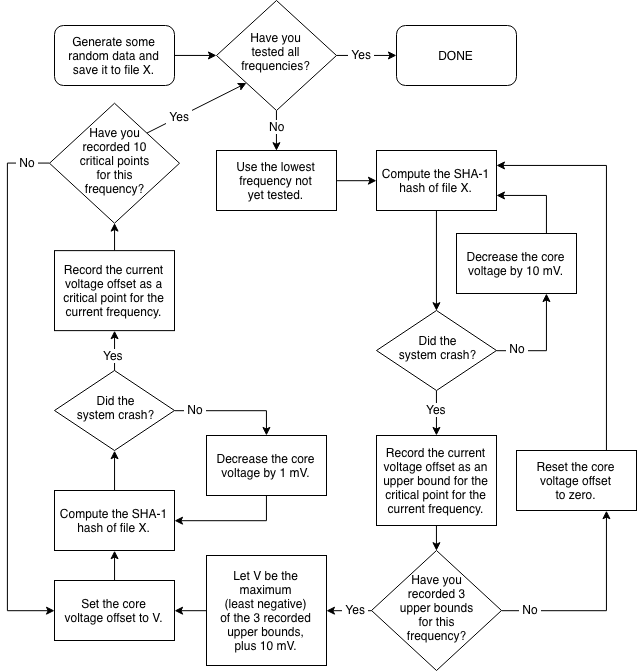
This is report/methodology/data-collection-flowchart.png from jivanpal/msci-thesis, a draw.io export, as it was before one commit. Source tidied: cells renumbered, new cells last; positions are measured from the earlier drawing's top-left corner, leaving out a move shared by most shapes.
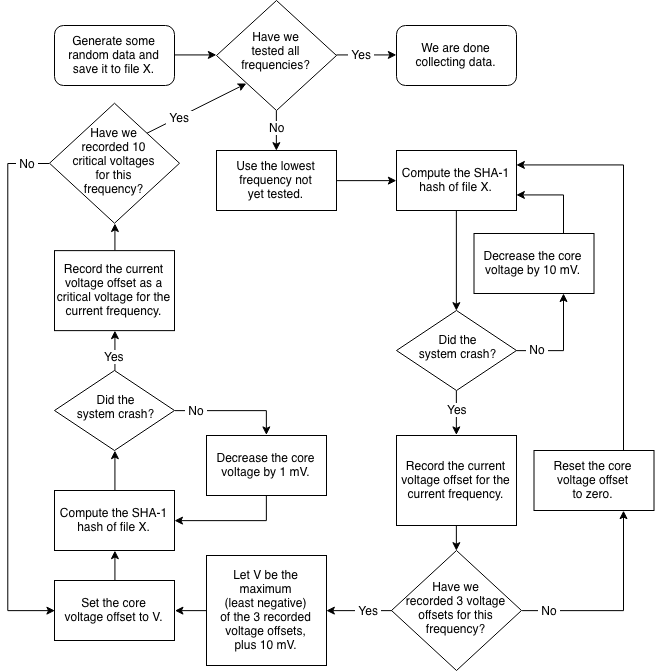
After the change.

What changed in the source:
```diff
@@ -12,7 +12,7 @@
       <mxGeometry relative="1" as="geometry" />
     </mxCell>
     <mxCell id="5" value="Decrease the core voltage by 10 mV.&lt;br&gt;" style="rounded=0;whiteSpace=wrap;html=1;shadow=0;" parent="1" vertex="1">
-      <mxGeometry x="449" y="233" width="120" height="60" as="geometry" />
+      <mxGeometry x="466.5" y="233" width="120" height="60" as="geometry" />
     </mxCell>
     <mxCell id="6" style="edgeStyle=orthogonalEdgeStyle;rounded=0;jettySize=auto;html=1;exitX=0.5;exitY=1;exitDx=0;exitDy=0;entryX=0.5;entryY=0;entryDx=0;entryDy=0;" parent="1" edge="1" source="29" target="13">
       <mxGeometry relative="1" as="geometry" />
@@ -40,13 +40,13 @@
       </mxGeometry>
     </mxCell>
     <mxCell id="13" value="Did the&lt;br&gt;system crash?" style="rhombus;whiteSpace=wrap;html=1;shadow=0;spacingLeft=2;spacingTop=0;spacingBottom=6;" parent="1" vertex="1">
-      <mxGeometry x="369" y="310" width="120" height="80" as="geometry" />
+      <mxGeometry x="389" y="310" width="120" height="80" as="geometry" />
     </mxCell>
     <mxCell id="14" style="edgeStyle=orthogonalEdgeStyle;rounded=0;jettySize=auto;html=1;exitX=0.5;exitY=1;exitDx=0;exitDy=0;entryX=0.5;entryY=0;entryDx=0;entryDy=0;" parent="1" edge="1" source="15" target="20">
       <mxGeometry relative="1" as="geometry" />
     </mxCell>
-    <mxCell id="15" value="Record the current voltage offset as an upper bound for the critical point for the current frequency." style="rounded=0;whiteSpace=wrap;html=1;shadow=0;" parent="1" vertex="1">
-      <mxGeometry x="369" y="435" width="120" height="90" as="geometry" />
+    <mxCell id="15" value="Record the current voltage offset for the current frequency." style="rounded=0;whiteSpace=wrap;html=1;shadow=0;" parent="1" vertex="1">
+      <mxGeometry x="389" y="435" width="120" height="90" as="geometry" />
     </mxCell>
     <mxCell id="16" style="edgeStyle=orthogonalEdgeStyle;rounded=0;jettySize=auto;html=1;exitX=1;exitY=0.5;exitDx=0;exitDy=0;entryX=0.75;entryY=1;entryDx=0;entryDy=0;" parent="1" edge="1" source="20" target="23">
       <mxGeometry relative="1" as="geometry" />
@@ -64,17 +64,17 @@
         <mxPoint y="-2" as="offset" />
       </mxGeometry>
     </mxCell>
-    <mxCell id="20" value="&lt;span&gt;Have you&lt;/span&gt;&lt;br&gt;&lt;span&gt;recorded 3&lt;/span&gt;&lt;br&gt;&lt;span&gt;upper bounds&lt;br&gt;for this&lt;/span&gt;&lt;br&gt;&lt;span&gt;frequency?&lt;/span&gt;" style="rhombus;whiteSpace=wrap;html=1;shadow=0;spacingTop=0;spacingBottom=5;" parent="1" vertex="1">
-      <mxGeometry x="364" y="550" width="130" height="120" as="geometry" />
+    <mxCell id="20" value="&lt;span&gt;Have we&lt;/span&gt;&lt;br&gt;&lt;span&gt;recorded 3 voltage offsets&amp;nbsp;&lt;/span&gt;&lt;span&gt;for this&lt;/span&gt;&lt;br&gt;&lt;span&gt;frequency?&lt;/span&gt;" style="rhombus;whiteSpace=wrap;html=1;shadow=0;spacingTop=0;spacingBottom=5;" parent="1" vertex="1">
+      <mxGeometry x="384" y="550" width="130" height="120" as="geometry" />
     </mxCell>
-    <mxCell id="21" value="DONE&lt;br&gt;" style="rounded=1;whiteSpace=wrap;html=1;shadow=0;" parent="1" vertex="1">
+    <mxCell id="21" value="We are done collecting data.&lt;br&gt;" style="rounded=1;whiteSpace=wrap;html=1;shadow=0;" parent="1" vertex="1">
       <mxGeometry x="389" y="25" width="120" height="60" as="geometry" />
     </mxCell>
     <mxCell id="22" style="edgeStyle=orthogonalEdgeStyle;rounded=0;jettySize=auto;html=1;exitX=0.75;exitY=0;exitDx=0;exitDy=0;entryX=1;entryY=0.25;entryDx=0;entryDy=0;" parent="1" edge="1" source="23" target="29">
       <mxGeometry relative="1" as="geometry" />
     </mxCell>
     <mxCell id="23" value="Reset the core voltage offset&lt;br&gt;to zero." style="rounded=0;whiteSpace=wrap;html=1;shadow=0;" parent="1" vertex="1">
-      <mxGeometry x="509" y="450" width="120" height="60" as="geometry" />
+      <mxGeometry x="526.5" y="450" width="120" height="60" as="geometry" />
     </mxCell>
     <mxCell id="24" style="edgeStyle=orthogonalEdgeStyle;rounded=0;jettySize=auto;html=1;exitX=0.5;exitY=1;exitDx=0;exitDy=0;entryX=0.5;entryY=0;entryDx=0;entryDy=0;" parent="1" edge="1" source="28" target="3">
       <mxGeometry relative="1" as="geometry" />
@@ -92,16 +92,16 @@
         <mxPoint x="-1" y="-2" as="offset" />
       </mxGeometry>
     </mxCell>
-    <mxCell id="28" value="Have you&lt;br&gt;tested all frequencies?" style="rhombus;whiteSpace=wrap;html=1;shadow=0;spacingBottom=8;" parent="1" vertex="1">
+    <mxCell id="28" value="Have we&lt;br&gt;tested all frequencies?" style="rhombus;whiteSpace=wrap;html=1;shadow=0;spacingBottom=8;" parent="1" vertex="1">
       <mxGeometry x="209" width="120" height="110" as="geometry" />
     </mxCell>
     <mxCell id="29" value="Compute the SHA-1 hash of file X." style="rounded=0;whiteSpace=wrap;html=1;shadow=0;" parent="1" vertex="1">
-      <mxGeometry x="369" y="150" width="120" height="60" as="geometry" />
+      <mxGeometry x="389" y="150" width="120" height="60" as="geometry" />
     </mxCell>
     <mxCell id="30" style="edgeStyle=orthogonalEdgeStyle;rounded=0;jettySize=auto;html=1;exitX=0;exitY=0.5;exitDx=0;exitDy=0;entryX=1;entryY=0.5;entryDx=0;entryDy=0;" parent="1" edge="1" source="31" target="33">
       <mxGeometry relative="1" as="geometry" />
     </mxCell>
-    <mxCell id="31" value="Let V be the maximum&lt;br&gt;(least negative)&lt;br&gt;of the 3 recorded&lt;br&gt;upper bounds,&lt;br&gt;plus 10 mV." style="rounded=0;whiteSpace=wrap;html=1;shadow=0;" parent="1" vertex="1">
+    <mxCell id="31" value="Let V be the maximum&lt;br&gt;(least negative)&lt;br&gt;of the 3 recorded&lt;br&gt;voltage offsets,&lt;br&gt;plus 10 mV." style="rounded=0;whiteSpace=wrap;html=1;shadow=0;" parent="1" vertex="1">
       <mxGeometry x="199" y="555" width="120" height="110" as="geometry" />
     </mxCell>
     <mxCell id="32" style="edgeStyle=orthogonalEdgeStyle;rounded=0;jettySize=auto;html=1;exitX=0.5;exitY=0;exitDx=0;exitDy=0;entryX=0.5;entryY=1;entryDx=0;entryDy=0;" parent="1" edge="1" source="33" target="35">
@@ -144,7 +144,7 @@
     <mxCell id="43" style="edgeStyle=none;rounded=0;jettySize=auto;html=1;exitX=0.5;exitY=0;exitDx=0;exitDy=0;entryX=0.5;entryY=1;entryDx=0;entryDy=0;" parent="1" edge="1" source="44" target="49">
       <mxGeometry relative="1" as="geometry" />
     </mxCell>
-    <mxCell id="44" value="Record the current voltage offset as a critical point for the current frequency." style="rounded=0;whiteSpace=wrap;html=1;shadow=0;" parent="1" vertex="1">
+    <mxCell id="44" value="Record the current voltage offset as a critical voltage for the current frequency." style="rounded=0;whiteSpace=wrap;html=1;shadow=0;" parent="1" vertex="1">
       <mxGeometry x="47" y="250.1" width="120" height="80" as="geometry" />
     </mxCell>
     <mxCell id="45" style="edgeStyle=orthogonalEdgeStyle;rounded=0;jettySize=auto;html=1;exitX=0;exitY=0.5;exitDx=0;exitDy=0;entryX=0;entryY=0.5;entryDx=0;entryDy=0;" parent="1" edge="1" source="49" target="33">
@@ -168,7 +168,7 @@
         <mxPoint x="-4" as="offset" />
       </mxGeometry>
     </mxCell>
-    <mxCell id="49" value="&lt;span&gt;Have you&lt;/span&gt;&lt;br&gt;&lt;span&gt;recorded 10&lt;/span&gt;&lt;br&gt;&lt;span&gt;critical points&lt;br&gt;for this&lt;/span&gt;&lt;br&gt;&lt;span&gt;frequency?&lt;/span&gt;" style="rhombus;whiteSpace=wrap;html=1;shadow=0;spacingTop=0;spacingBottom=5;" parent="1" vertex="1">
+    <mxCell id="49" value="&lt;span&gt;Have we&lt;/span&gt;&lt;br&gt;&lt;span&gt;recorded 10&lt;/span&gt;&lt;br&gt;&lt;span&gt;critical voltages&lt;br&gt;for this&lt;/span&gt;&lt;br&gt;&lt;span&gt;frequency?&lt;/span&gt;" style="rhombus;whiteSpace=wrap;html=1;shadow=0;spacingTop=0;spacingBottom=5;" parent="1" vertex="1">
       <mxGeometry x="42" y="102.7" width="130" height="120" as="geometry" />
     </mxCell>
   </root>
```
